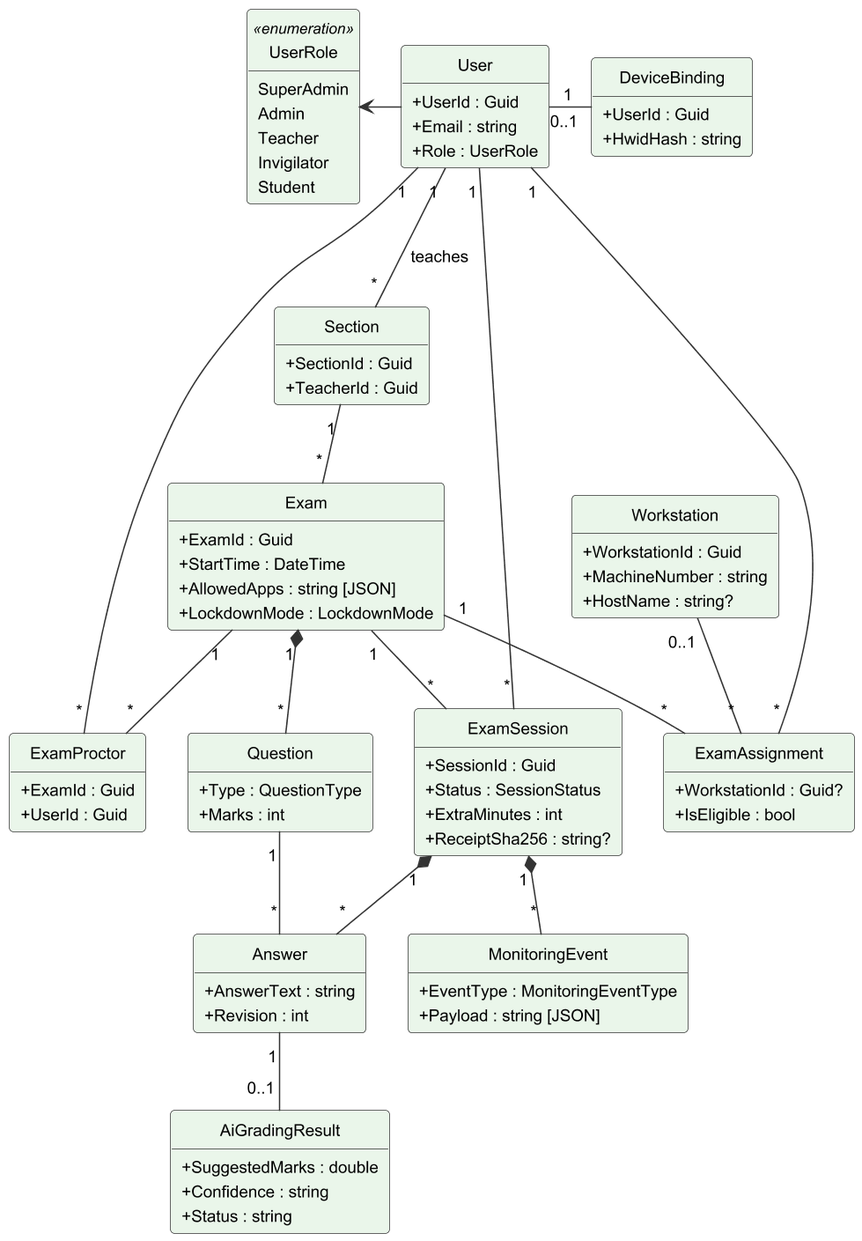
Above: important docs/fyp_doc_3chatp/Figures/class_diagram.png in Haiderali27-hub/AI-Lab-Monitoring- (PlantUML), before the change. Its source is kept beside it as important docs/fyp_doc_3chatp/Figures/src/class_diagram.puml. Its diagram source:
```plantuml
@startuml
!include style.iuml
hide empty members
hide circle
skinparam classAttributeIconSize 0
skinparam nodesep 30
skinparam ranksep 55
skinparam class {
  FontSize 13
  AttributeFontSize 12
}
skinparam ArrowFontSize 12
skinparam stereotypeFontSize 10

class User #EAF6EA {
  +UserId : Guid
  +Email : string
  +Role : UserRole
}
enum UserRole <<enumeration>> #EAF6EA {
  SuperAdmin
  Admin
  Teacher
  Invigilator
  Student
}
class DeviceBinding #EAF6EA {
  +UserId : Guid
  +HwidHash : string
}
class Section #EAF6EA {
  +SectionId : Guid
  +TeacherId : Guid
}
class ExamProctor #EAF6EA {
  +ExamId : Guid
  +UserId : Guid
}
class Workstation #EAF6EA {
  +WorkstationId : Guid
  +MachineNumber : string
  +HostName : string?
}
class Exam #EAF6EA {
  +ExamId : Guid
  +StartTime : DateTime
  +AllowedApps : string [JSON]
  +LockdownMode : LockdownMode
}
class Question #EAF6EA {
  +Type : QuestionType
  +Marks : int
}
class ExamAssignment #EAF6EA {
  +WorkstationId : Guid?
  +IsEligible : bool
}
class ExamSession #EAF6EA {
  +SessionId : Guid
  +Status : SessionStatus
  +ExtraMinutes : int
  +ReceiptSha256 : string?
}
class Answer #EAF6EA {
  +AnswerText : string
  +Revision : int
}
class MonitoringEvent #EAF6EA {
  +EventType : MonitoringEventType
  +Payload : string [JSON]
}
class AiGradingResult #EAF6EA {
  +SuggestedMarks : double
  +Confidence : string
  +Status : string
}

User -left-> UserRole
User "1" -right- "0..1" DeviceBinding
User "1" -- "*" Section : teaches
User "1" -- "*" ExamProctor
User "1" -- "*" ExamAssignment
User "1" -- "*" ExamSession
Section "1" -- "*" Exam
Exam "1" -- "*" ExamProctor
Exam "1" *-- "*" Question
Exam "1" -- "*" ExamAssignment
Workstation "0..1" -- "*" ExamAssignment
Exam "1" -- "*" ExamSession
ExamSession "1" *-- "*" Answer
Question "1" -- "*" Answer
ExamSession "1" *-- "*" MonitoringEvent
Answer "1" -- "0..1" AiGradingResult
@enduml
```
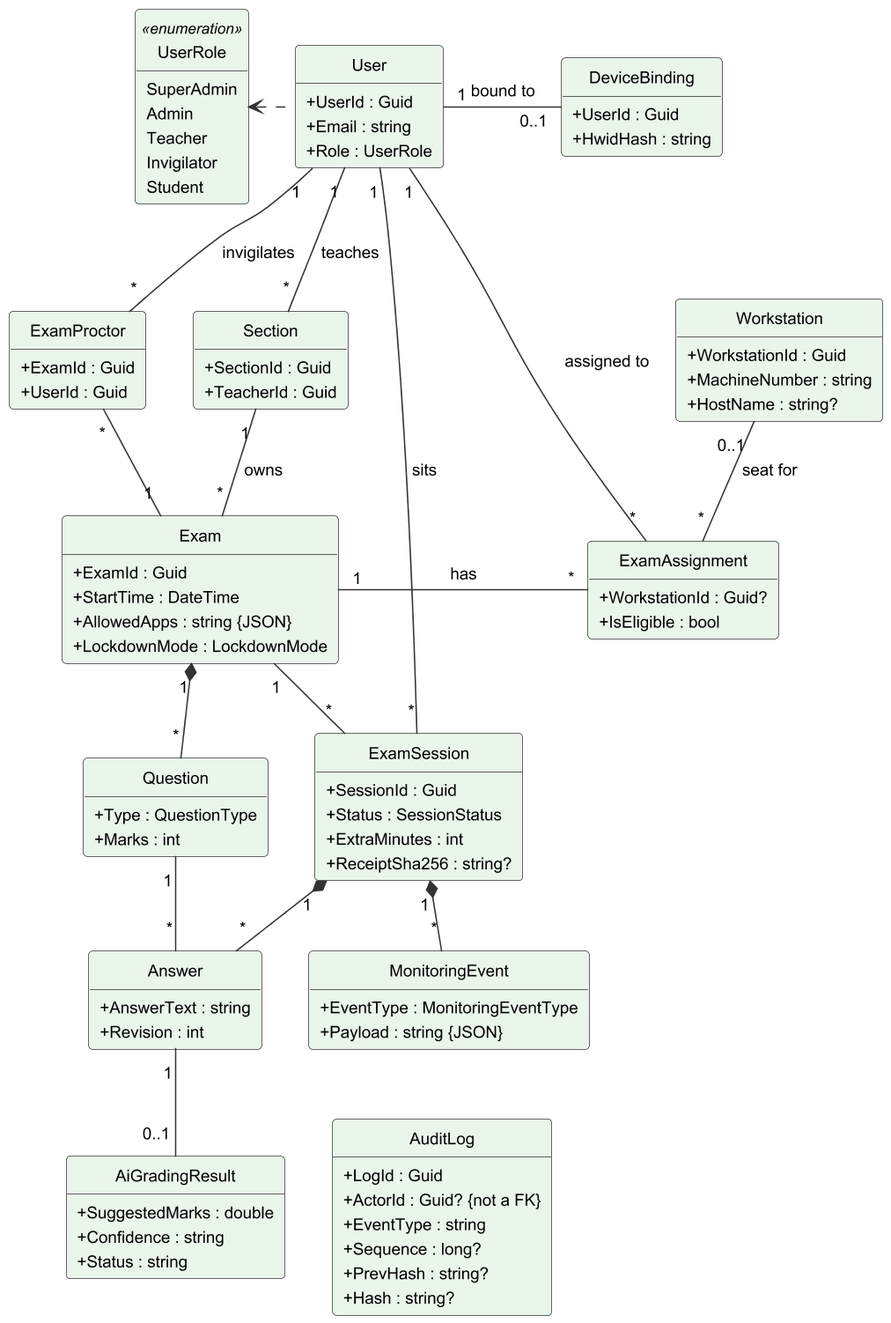
The same file after the commit.

Change to the diagram source:
```diff
@@ -3,14 +3,14 @@
 hide empty members
 hide circle
 skinparam classAttributeIconSize 0
-skinparam nodesep 30
-skinparam ranksep 55
+skinparam nodesep 34
+skinparam ranksep 50
 skinparam class {
   FontSize 13
   AttributeFontSize 12
 }
 skinparam ArrowFontSize 12
-skinparam stereotypeFontSize 10
+skinparam stereotypeFontSize 11
 
 class User #EAF6EA {
   +UserId : Guid
@@ -28,6 +28,14 @@
   +UserId : Guid
   +HwidHash : string
 }
+class AuditLog #EAF6EA {
+  +LogId : Guid
+  +ActorId : Guid? {not a FK}
+  +EventType : string
+  +Sequence : long?
+  +PrevHash : string?
+  +Hash : string?
+}
 class Section #EAF6EA {
   +SectionId : Guid
   +TeacherId : Guid
@@ -44,7 +52,7 @@
 class Exam #EAF6EA {
   +ExamId : Guid
   +StartTime : DateTime
-  +AllowedApps : string [JSON]
+  +AllowedApps : string {JSON}
   +LockdownMode : LockdownMode
 }
 class Question #EAF6EA {
@@ -67,7 +75,7 @@
 }
 class MonitoringEvent #EAF6EA {
   +EventType : MonitoringEventType
-  +Payload : string [JSON]
+  +Payload : string {JSON}
 }
 class AiGradingResult #EAF6EA {
   +SuggestedMarks : double
@@ -75,20 +83,22 @@
   +Status : string
 }
 
-User -left-> UserRole
-User "1" -right- "0..1" DeviceBinding
+User .left.> UserRole
+User "1" -right- "0..1" DeviceBinding : bound to
+User "1" -- "*" ExamProctor : invigilates
 User "1" -- "*" Section : teaches
-User "1" -- "*" ExamProctor
-User "1" -- "*" ExamAssignment
-User "1" -- "*" ExamSession
-Section "1" -- "*" Exam
+ExamProctor -[hidden]right- Section
+User "1" -- "*" ExamAssignment : assigned to
+User "1" -- "*" ExamSession : sits
+Section "1" -- "*" Exam : owns
 Exam "1" -- "*" ExamProctor
 Exam "1" *-- "*" Question
-Exam "1" -- "*" ExamAssignment
-Workstation "0..1" -- "*" ExamAssignment
+Exam "1" -right- "*" ExamAssignment : has
+Workstation "0..1" -- "*" ExamAssignment : seat for
 Exam "1" -- "*" ExamSession
 ExamSession "1" *-- "*" Answer
 Question "1" -- "*" Answer
 ExamSession "1" *-- "*" MonitoringEvent
 Answer "1" -- "0..1" AiGradingResult
+AiGradingResult -[hidden]right- AuditLog
 @enduml
```
